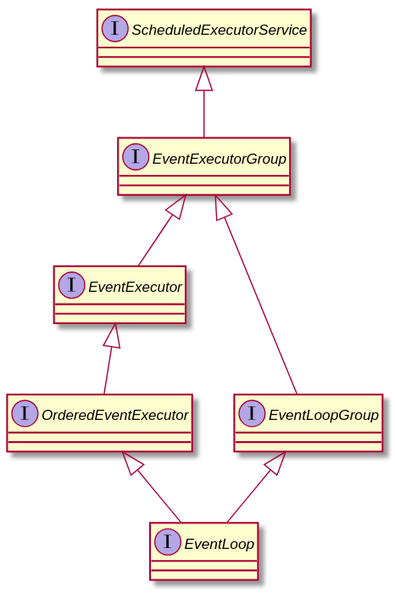
This is posts/网络技术/netty/eventloop.svg from sunn4room/blog, a PlantUML export, as it was before one commit.
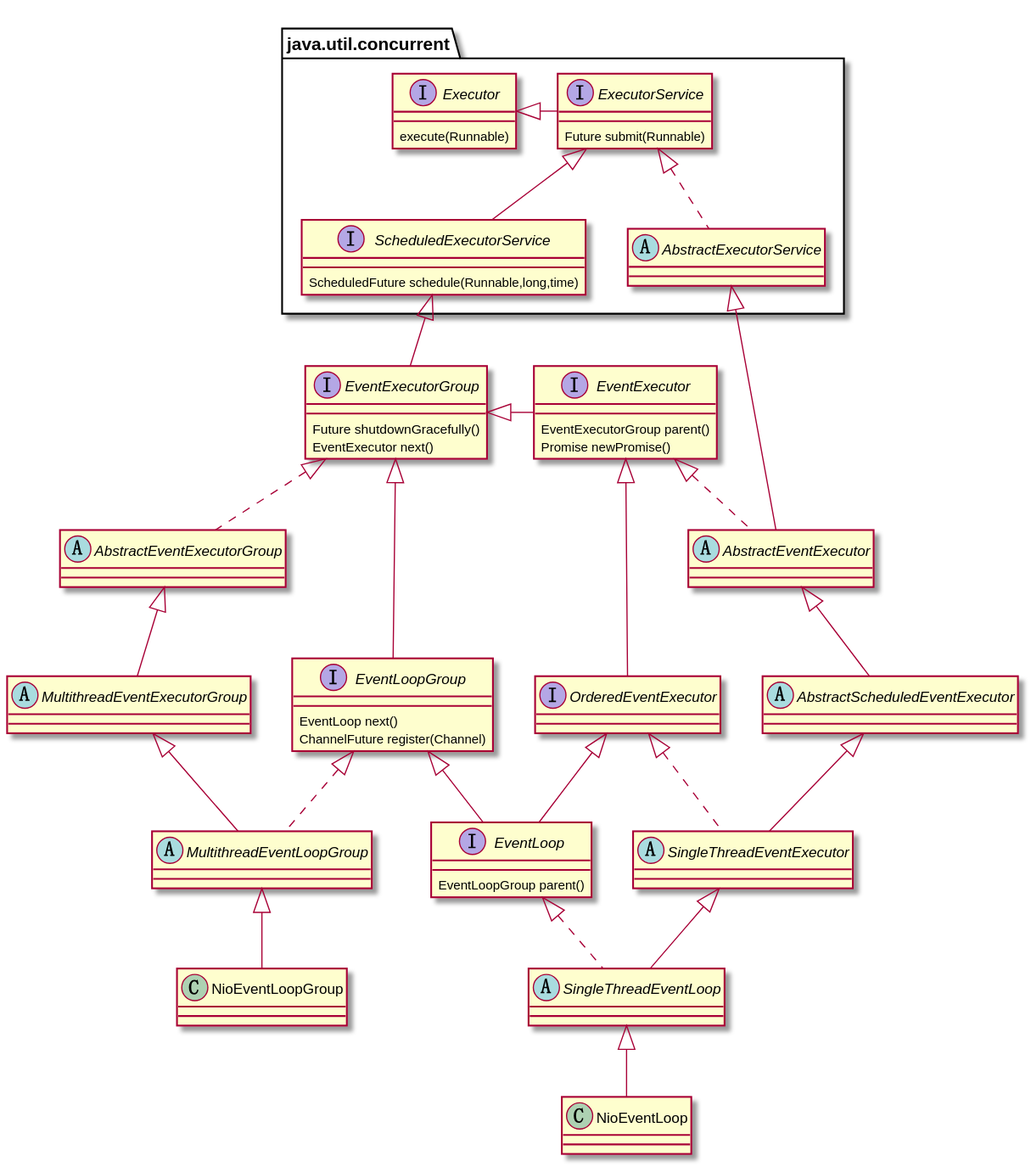
Above is the later version.

Change to the diagram source:
```diff
@@ -1,8 +1,39 @@
 @startuml
-interface ScheduledExecutorService
-interface EventExecutorGroup extends ScheduledExecutorService
-interface EventExecutor extends EventExecutorGroup
+interface java.util.concurrent.Executor {
+    execute(Runnable)
+}
+interface java.util.concurrent.ExecutorService {
+    Future submit(Runnable)
+}
+java.util.concurrent.ExecutorService -left-|> java.util.concurrent.Executor
+interface java.util.concurrent.ScheduledExecutorService extends java.util.concurrent.ExecutorService {
+    ScheduledFuture schedule(Runnable,long,time)
+}
+interface EventExecutorGroup extends java.util.concurrent.ScheduledExecutorService {
+    Future shutdownGracefully()
+    EventExecutor next()
+}
+interface EventExecutor {
+    EventExecutorGroup parent()
+    Promise newPromise()
+}
+EventExecutor -left-|> EventExecutorGroup
 interface OrderedEventExecutor extends EventExecutor
-interface EventLoopGroup extends EventExecutorGroup
-interface EventLoop extends EventLoopGroup,OrderedEventExecutor
+interface EventLoopGroup extends EventExecutorGroup {
+    EventLoop next()
+    ChannelFuture register(Channel)
+}
+interface EventLoop extends EventLoopGroup,OrderedEventExecutor {
+    EventLoopGroup parent()
+}
+class NioEventLoop extends SingleThreadEventLoop
+abstract class SingleThreadEventLoop extends SingleThreadEventExecutor implements EventLoop
+abstract class SingleThreadEventExecutor extends AbstractScheduledEventExecutor implements OrderedEventExecutor
+abstract class AbstractScheduledEventExecutor extends AbstractEventExecutor
+abstract class AbstractEventExecutor extends java.util.concurrent.AbstractExecutorService implements EventExecutor
+abstract class java.util.concurrent.AbstractExecutorService implements java.util.concurrent.ExecutorService
+class NioEventLoopGroup extends MultithreadEventLoopGroup
+abstract class MultithreadEventLoopGroup extends MultithreadEventExecutorGroup implements EventLoopGroup
+abstract class MultithreadEventExecutorGroup extends AbstractEventExecutorGroup
+abstract class AbstractEventExecutorGroup implements EventExecutorGroup
 @enduml
```
